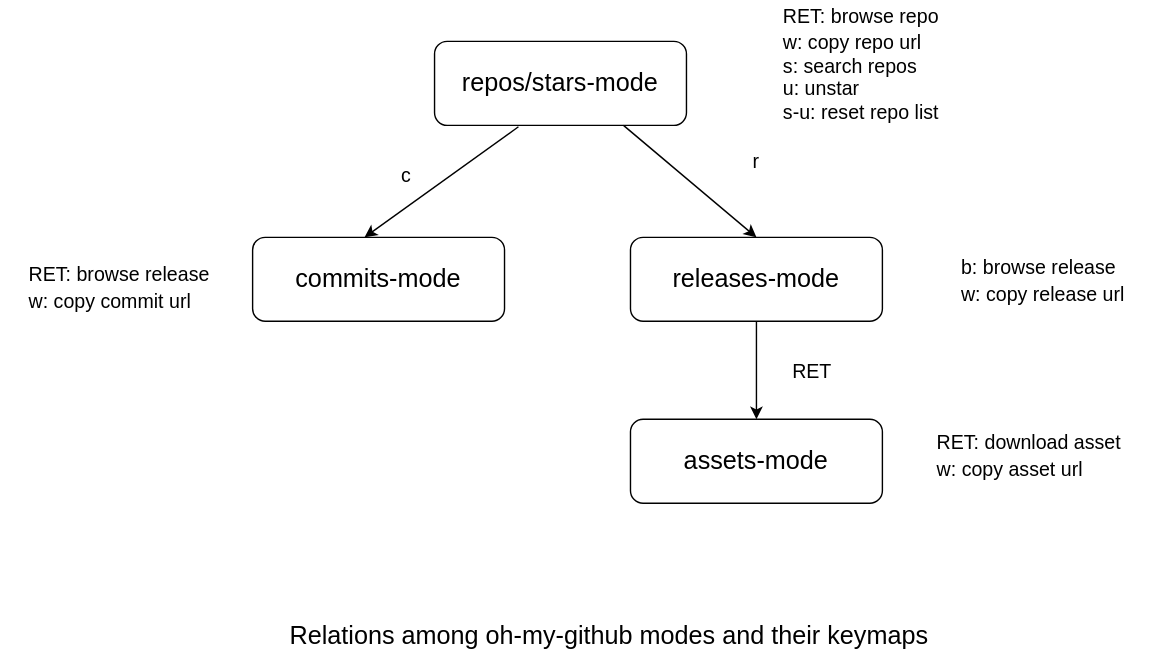
Above: assets/omg-modes.svg in jiacai2050/oh-my-github (draw.io), before the change. Source tidied: cells renumbered, new cells last; positions are measured from the earlier drawing's top-left corner, leaving out a move shared by most shapes.
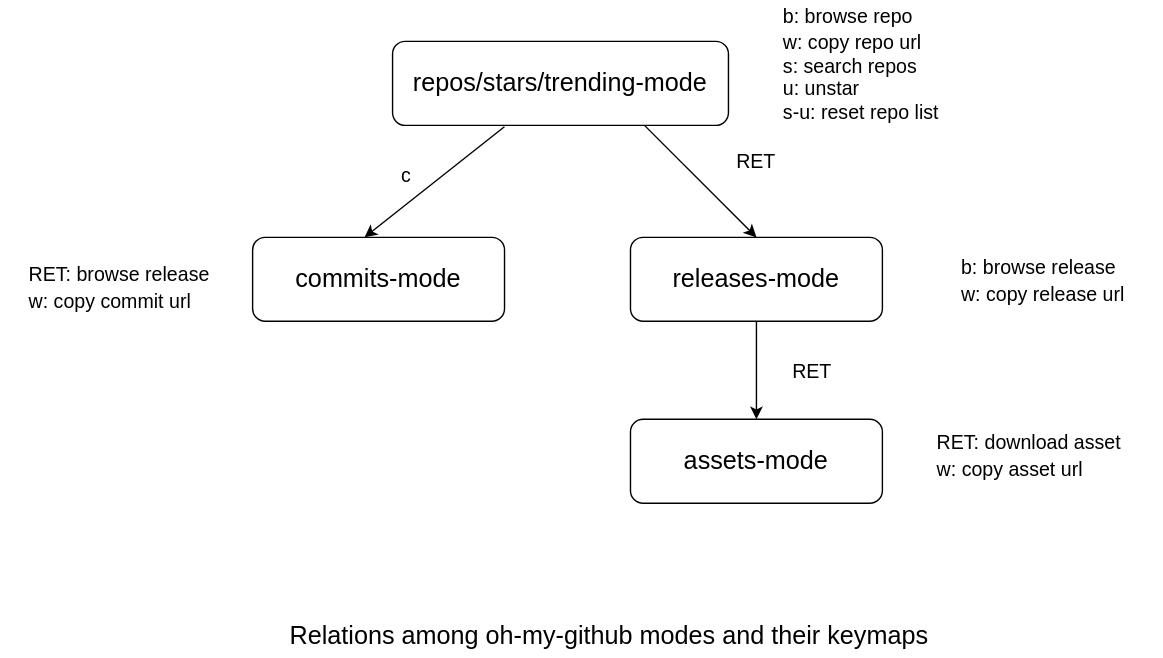
After the commit.

Change to the diagram source:
```diff
@@ -2,8 +2,8 @@
   <root>
     <mxCell id="0" />
     <mxCell id="1" parent="0" />
-    <mxCell id="2" value="&lt;font style=&quot;font-size: 18px&quot;&gt;repos/stars-mode&lt;/font&gt;" style="rounded=1;whiteSpace=wrap;html=1;fontSize=12;glass=0;strokeWidth=1;shadow=0;" parent="1" vertex="1">
-      <mxGeometry x="310" y="10" width="180" height="60" as="geometry" />
+    <mxCell id="2" value="&lt;font style=&quot;font-size: 18px&quot;&gt;repos/stars/trending-mode&lt;/font&gt;" style="rounded=1;whiteSpace=wrap;html=1;fontSize=12;glass=0;strokeWidth=1;shadow=0;" parent="1" vertex="1">
+      <mxGeometry x="280" y="10" width="240" height="60" as="geometry" />
     </mxCell>
     <mxCell id="3" style="endArrow=classic;html=1;rounded=0;fontSize=18;exitX=0.333;exitY=1.017;exitDx=0;exitDy=0;exitPerimeter=0;" parent="1" edge="1" source="2">
       <mxGeometry relative="1" as="geometry">
@@ -30,7 +30,7 @@
     <mxCell id="9" value="&lt;font style=&quot;font-size: 14px&quot;&gt;c&lt;/font&gt;" style="text;html=1;strokeColor=none;fillColor=none;align=center;verticalAlign=middle;whiteSpace=wrap;rounded=0;fontSize=18;" parent="1" vertex="1">
       <mxGeometry x="260" y="90" width="60" height="30" as="geometry" />
     </mxCell>
-    <mxCell id="10" value="&lt;font style=&quot;font-size: 14px&quot;&gt;r&lt;/font&gt;" style="text;html=1;strokeColor=none;fillColor=none;align=center;verticalAlign=middle;whiteSpace=wrap;rounded=0;fontSize=18;" parent="1" vertex="1">
+    <mxCell id="10" value="&lt;font style=&quot;font-size: 14px&quot;&gt;RET&lt;/font&gt;" style="text;html=1;strokeColor=none;fillColor=none;align=center;verticalAlign=middle;whiteSpace=wrap;rounded=0;fontSize=18;" parent="1" vertex="1">
       <mxGeometry x="510" y="80" width="60" height="30" as="geometry" />
     </mxCell>
     <mxCell id="11" value="&lt;font style=&quot;font-size: 14px&quot;&gt;RET&lt;/font&gt;" style="text;html=1;strokeColor=none;fillColor=none;align=center;verticalAlign=middle;whiteSpace=wrap;rounded=0;fontSize=18;" parent="1" vertex="1">
@@ -45,7 +45,7 @@
     <mxCell id="14" value="&lt;div style=&quot;text-align: left&quot;&gt;&lt;span style=&quot;font-size: 14px&quot;&gt;RET: browse release&lt;/span&gt;&lt;/div&gt;&lt;font style=&quot;font-size: 14px&quot;&gt;&lt;div style=&quot;text-align: left&quot;&gt;&lt;span&gt;w: copy commit url&lt;/span&gt;&lt;/div&gt;&lt;/font&gt;" style="text;html=1;strokeColor=none;fillColor=none;align=center;verticalAlign=middle;whiteSpace=wrap;rounded=0;fontSize=18;" parent="1" vertex="1">
       <mxGeometry y="170" width="170" height="30" as="geometry" />
     </mxCell>
-    <mxCell id="15" value="&lt;div style=&quot;text-align: left&quot;&gt;&lt;span style=&quot;font-size: 14px&quot;&gt;RET: browse repo&lt;/span&gt;&lt;/div&gt;&lt;font style=&quot;font-size: 14px&quot;&gt;&lt;div style=&quot;text-align: left&quot;&gt;&lt;span&gt;w: copy repo url&lt;/span&gt;&lt;/div&gt;&lt;div style=&quot;text-align: left&quot;&gt;&lt;span&gt;s: search repos&lt;/span&gt;&lt;/div&gt;&lt;div style=&quot;text-align: left&quot;&gt;&lt;span&gt;u: unstar&lt;/span&gt;&lt;/div&gt;&lt;div style=&quot;text-align: left&quot;&gt;&lt;span&gt;s-u: reset repo list&lt;/span&gt;&lt;br&gt;&lt;/div&gt;&lt;/font&gt;" style="text;html=1;strokeColor=none;fillColor=none;align=center;verticalAlign=middle;whiteSpace=wrap;rounded=0;fontSize=18;" parent="1" vertex="1">
+    <mxCell id="15" value="&lt;div style=&quot;text-align: left&quot;&gt;&lt;span style=&quot;font-size: 14px&quot;&gt;b: browse repo&lt;/span&gt;&lt;/div&gt;&lt;font style=&quot;font-size: 14px&quot;&gt;&lt;div style=&quot;text-align: left&quot;&gt;&lt;span&gt;w: copy repo url&lt;/span&gt;&lt;/div&gt;&lt;div style=&quot;text-align: left&quot;&gt;&lt;span&gt;s: search repos&lt;/span&gt;&lt;/div&gt;&lt;div style=&quot;text-align: left&quot;&gt;&lt;span&gt;u: unstar&lt;/span&gt;&lt;/div&gt;&lt;div style=&quot;text-align: left&quot;&gt;&lt;span&gt;s-u: reset repo list&lt;/span&gt;&lt;br&gt;&lt;/div&gt;&lt;/font&gt;" style="text;html=1;strokeColor=none;fillColor=none;align=center;verticalAlign=middle;whiteSpace=wrap;rounded=0;fontSize=18;" parent="1" vertex="1">
       <mxGeometry x="530" width="170" height="50" as="geometry" />
     </mxCell>
     <mxCell id="16" value="&lt;font style=&quot;font-size: 18px&quot;&gt;Relations among oh-my-github modes and their keymaps&lt;/font&gt;" style="text;html=1;strokeColor=none;fillColor=none;align=center;verticalAlign=middle;whiteSpace=wrap;rounded=0;fontSize=14;" parent="1" vertex="1">
```
